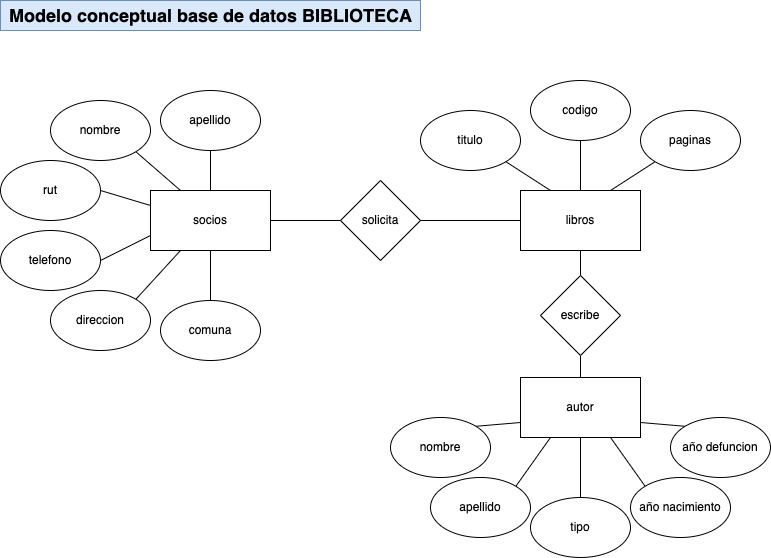
Earlier version of the draw.io export modelo_conceptual.png (24orellana24/desafio-latam-prueba-BD). Source tidied: cells renumbered, new cells last; positions are measured from the earlier drawing's top-left corner, leaving out a move shared by most shapes.
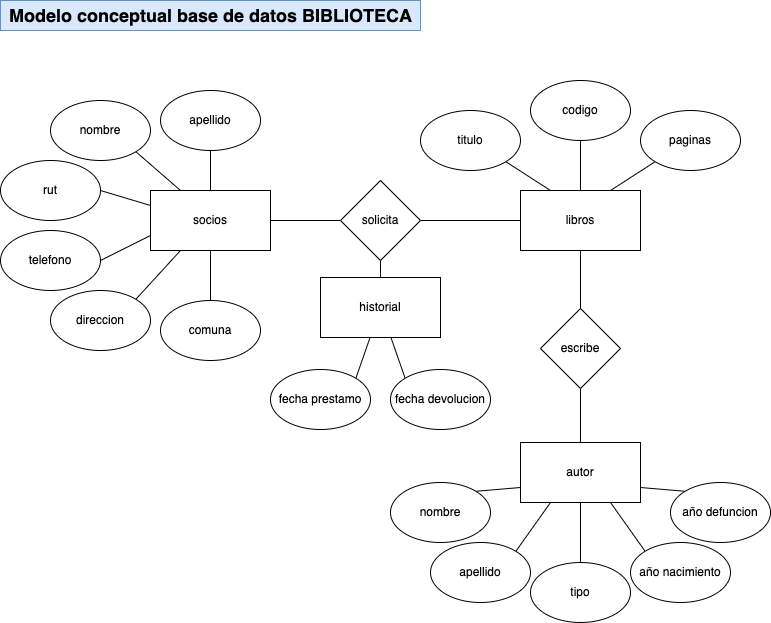
Above is the later version.

The edit, as a diff of the source:
```diff
@@ -69,37 +69,37 @@
       <mxGeometry x="640" y="110" width="100" height="60" as="geometry" />
     </mxCell>
     <mxCell id="24" value="autor" style="whiteSpace=wrap;html=1;" parent="1" vertex="1">
-      <mxGeometry x="520" y="377" width="120" height="60" as="geometry" />
+      <mxGeometry x="520" y="442" width="120" height="60" as="geometry" />
     </mxCell>
     <mxCell id="25" style="edgeStyle=none;rounded=0;jettySize=auto;html=1;exitX=1;exitY=0;exitDx=0;exitDy=0;entryX=0;entryY=0.75;entryDx=0;entryDy=0;endArrow=none;endFill=0;" parent="1" edge="1" source="26" target="24">
       <mxGeometry relative="1" as="geometry" />
     </mxCell>
     <mxCell id="26" value="nombre" style="ellipse;whiteSpace=wrap;html=1;" parent="1" vertex="1">
-      <mxGeometry x="390" y="417" width="100" height="60" as="geometry" />
+      <mxGeometry x="390" y="482" width="100" height="60" as="geometry" />
     </mxCell>
     <mxCell id="27" style="edgeStyle=none;rounded=0;jettySize=auto;html=1;exitX=1;exitY=0;exitDx=0;exitDy=0;entryX=0.25;entryY=1;entryDx=0;entryDy=0;endArrow=none;endFill=0;" parent="1" edge="1" source="28" target="24">
       <mxGeometry relative="1" as="geometry" />
     </mxCell>
     <mxCell id="28" value="apellido" style="ellipse;whiteSpace=wrap;html=1;" parent="1" vertex="1">
-      <mxGeometry x="430" y="477" width="100" height="60" as="geometry" />
+      <mxGeometry x="430" y="542" width="100" height="60" as="geometry" />
     </mxCell>
     <mxCell id="29" style="edgeStyle=none;rounded=0;jettySize=auto;html=1;exitX=0;exitY=0;exitDx=0;exitDy=0;entryX=0.75;entryY=1;entryDx=0;entryDy=0;endArrow=none;endFill=0;" parent="1" edge="1" source="30" target="24">
       <mxGeometry relative="1" as="geometry" />
     </mxCell>
     <mxCell id="30" value="año nacimiento" style="ellipse;whiteSpace=wrap;html=1;" parent="1" vertex="1">
-      <mxGeometry x="630" y="477" width="100" height="60" as="geometry" />
+      <mxGeometry x="630" y="542" width="100" height="60" as="geometry" />
     </mxCell>
     <mxCell id="31" style="edgeStyle=none;rounded=0;jettySize=auto;html=1;exitX=0;exitY=0;exitDx=0;exitDy=0;entryX=1;entryY=0.75;entryDx=0;entryDy=0;endArrow=none;endFill=0;" parent="1" edge="1" source="32" target="24">
       <mxGeometry relative="1" as="geometry" />
     </mxCell>
     <mxCell id="32" value="año defuncion" style="ellipse;whiteSpace=wrap;html=1;" parent="1" vertex="1">
-      <mxGeometry x="670" y="417" width="100" height="60" as="geometry" />
+      <mxGeometry x="670" y="482" width="100" height="60" as="geometry" />
     </mxCell>
     <mxCell id="33" style="edgeStyle=none;rounded=0;jettySize=auto;html=1;exitX=0.5;exitY=0;exitDx=0;exitDy=0;entryX=0.5;entryY=1;entryDx=0;entryDy=0;endArrow=none;endFill=0;" parent="1" edge="1" source="34" target="24">
       <mxGeometry relative="1" as="geometry" />
     </mxCell>
     <mxCell id="34" value="tipo" style="ellipse;whiteSpace=wrap;html=1;" parent="1" vertex="1">
-      <mxGeometry x="530" y="497" width="100" height="60" as="geometry" />
+      <mxGeometry x="530" y="562" width="100" height="60" as="geometry" />
     </mxCell>
     <mxCell id="35" style="edgeStyle=none;rounded=0;jettySize=auto;html=1;exitX=0.5;exitY=0;exitDx=0;exitDy=0;entryX=0.5;entryY=1;entryDx=0;entryDy=0;endArrow=none;endFill=0;" parent="1" edge="1" source="37" target="17">
       <mxGeometry relative="1" as="geometry" />
@@ -108,13 +108,31 @@
       <mxGeometry relative="1" as="geometry" />
     </mxCell>
     <mxCell id="37" value="escribe" style="rhombus;whiteSpace=wrap;html=1;" parent="1" vertex="1">
-      <mxGeometry x="540" y="275" width="80" height="80" as="geometry" />
+      <mxGeometry x="540" y="308" width="80" height="80" as="geometry" />
     </mxCell>
     <mxCell id="38" style="edgeStyle=none;rounded=0;jettySize=auto;html=1;endArrow=none;endFill=0;" parent="1" edge="1" source="39" target="17">
       <mxGeometry relative="1" as="geometry" />
     </mxCell>
+    <mxCell id="40" style="edgeStyle=none;rounded=0;jettySize=auto;html=1;exitX=0.5;exitY=1;exitDx=0;exitDy=0;entryX=0.5;entryY=0;entryDx=0;entryDy=0;endArrow=none;endFill=0;" parent="1" edge="1" source="39" target="41">
+      <mxGeometry relative="1" as="geometry" />
+    </mxCell>
     <mxCell id="39" value="solicita" style="rhombus;whiteSpace=wrap;html=1;" parent="1" vertex="1">
       <mxGeometry x="340" y="180" width="80" height="80" as="geometry" />
     </mxCell>
+    <mxCell id="41" value="historial" style="whiteSpace=wrap;html=1;" parent="1" vertex="1">
+      <mxGeometry x="320" y="277" width="120" height="60" as="geometry" />
+    </mxCell>
+    <mxCell id="42" style="edgeStyle=none;rounded=0;jettySize=auto;html=1;exitX=1;exitY=0;exitDx=0;exitDy=0;endArrow=none;endFill=0;" parent="1" edge="1" source="43" target="41">
+      <mxGeometry relative="1" as="geometry" />
+    </mxCell>
+    <mxCell id="43" value="fecha prestamo" style="ellipse;whiteSpace=wrap;html=1;" parent="1" vertex="1">
+      <mxGeometry x="270" y="369" width="100" height="60" as="geometry" />
+    </mxCell>
+    <mxCell id="44" style="edgeStyle=none;rounded=0;jettySize=auto;html=1;exitX=0;exitY=0;exitDx=0;exitDy=0;endArrow=none;endFill=0;" parent="1" edge="1" source="45" target="41">
+      <mxGeometry relative="1" as="geometry" />
+    </mxCell>
+    <mxCell id="45" value="fecha devolucion" style="ellipse;whiteSpace=wrap;html=1;" parent="1" vertex="1">
+      <mxGeometry x="390" y="369" width="100" height="60" as="geometry" />
+    </mxCell>
   </root>
 </mxGraphModel>
```
